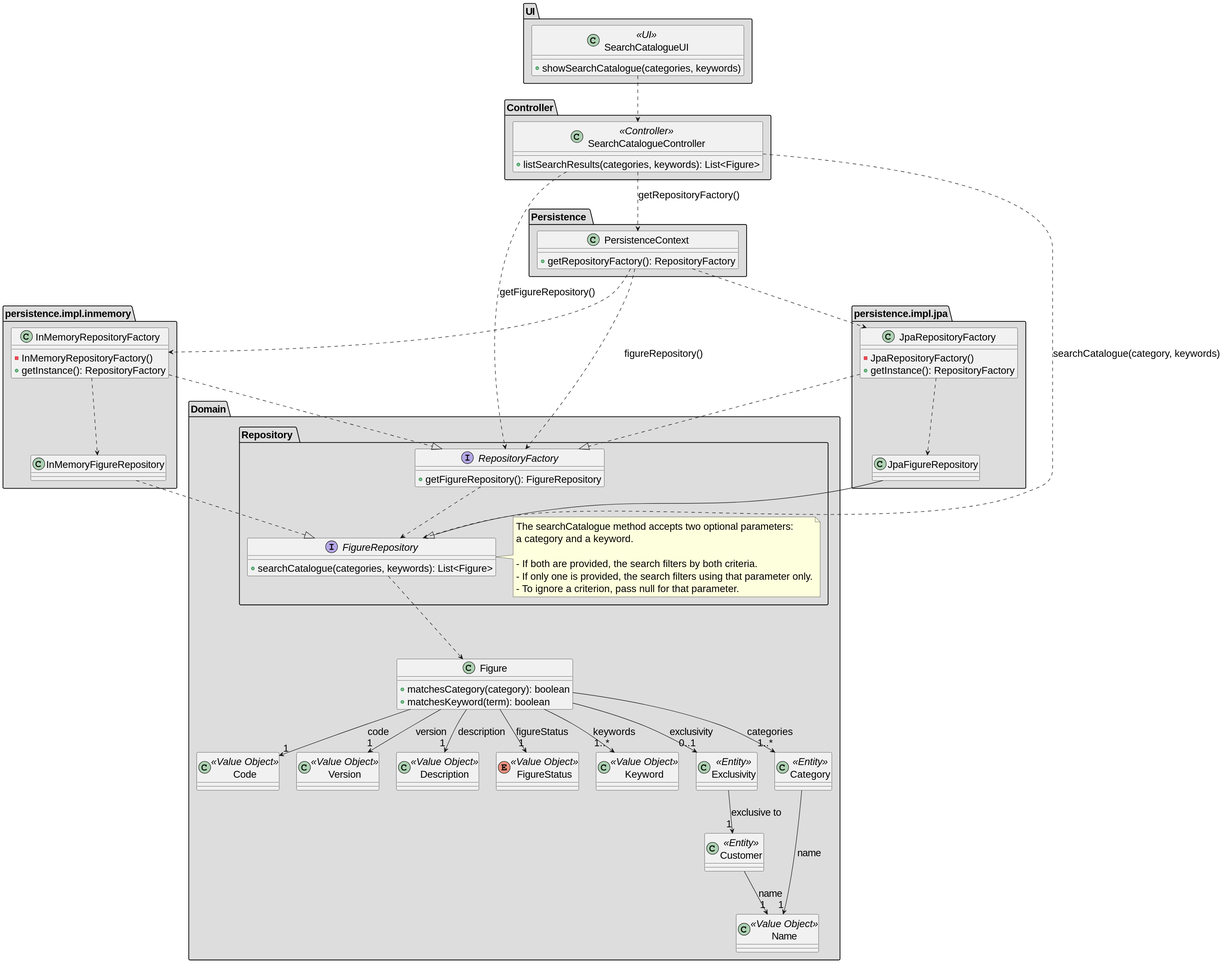
Before: docs/SPRINT_2/US232/images/class_diagram_us232.svg, a diagram exported from PlantUML (diogoveirospro/sem4pi-2024-2025-sem4pi_2024_2025_g44).
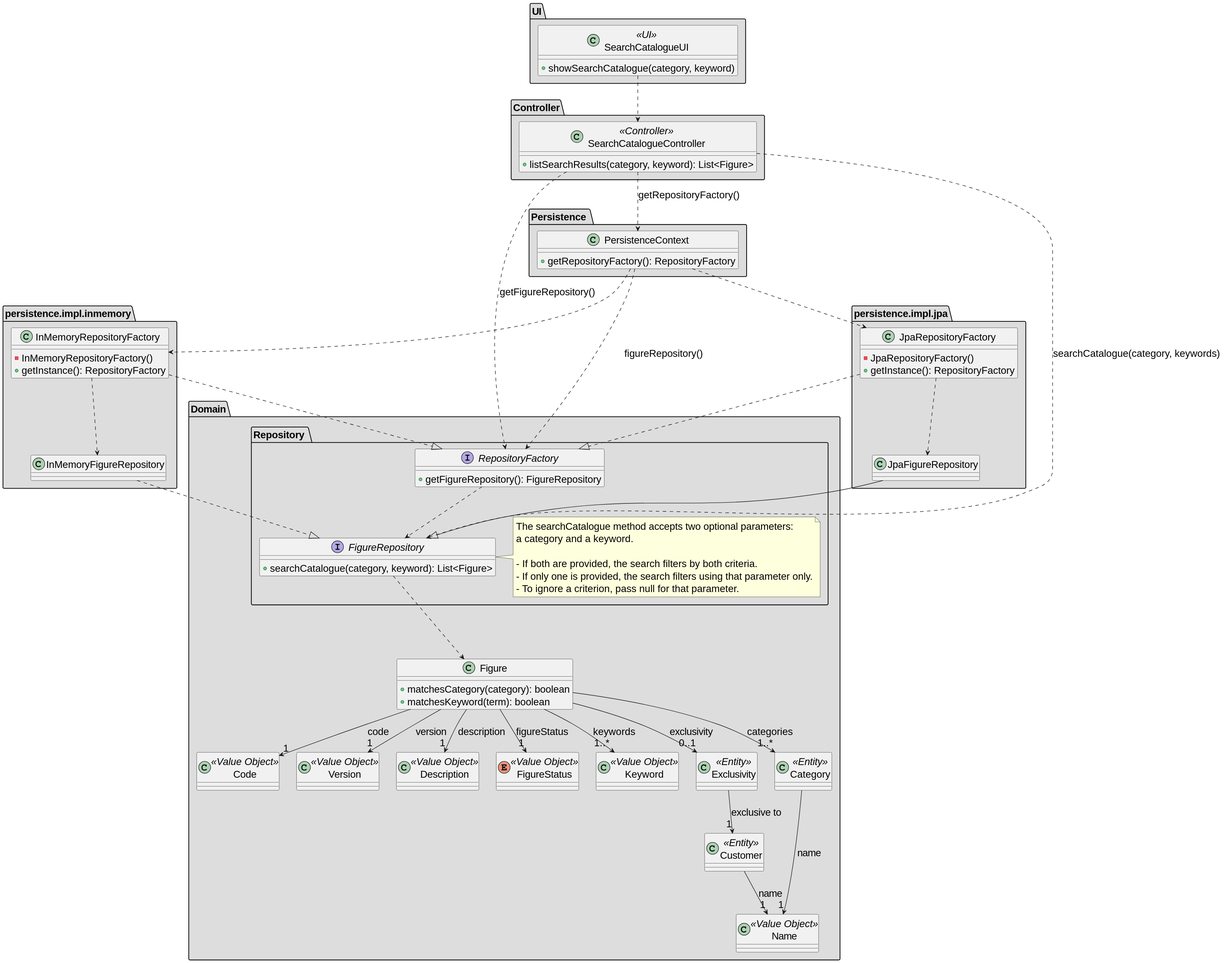
Above is the later version.

Diff of the diagram source:
```diff
@@ -38,7 +38,7 @@
         }
 
         interface FigureRepository {
-            + searchCatalogue(categories, keywords): List<Figure>
+            + searchCatalogue(category, keyword): List<Figure>
         }
 
         note right of FigureRepository
@@ -89,13 +89,13 @@
 
 package "UI" #DDDDDD {
     class SearchCatalogueUI <<UI>> {
-        + showSearchCatalogue(categories, keywords)
+        + showSearchCatalogue(category, keyword)
     }
 }
 
 package "Controller" #DDDDDD {
     class SearchCatalogueController <<Controller>> {
-        + listSearchResults(categories, keywords): List<Figure>
+        + listSearchResults(category, keyword): List<Figure>
     }
 }
 
```
